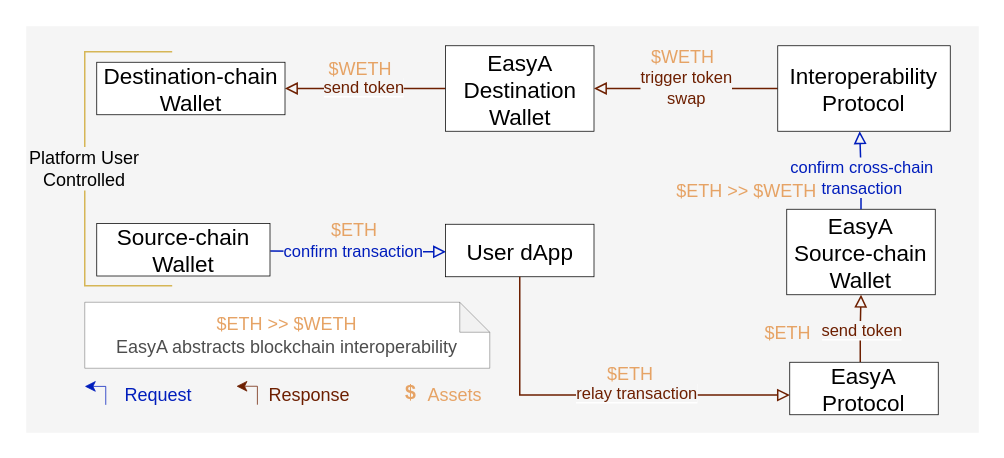
Earlier version of the draw.io diagram page "interop" (4 of 5) of assets/easy-a-mechanism.drawio.drawio (dlt-science/EasyA-Whitepaper). Source tidied: cells renumbered, new cells numbered last; positions are measured from the earlier drawing's top-left corner, leaving out a move shared by most shapes. Both pictures are drawn from the tidied source at 150%, with x=0, y=0 at pixel (26, 26).
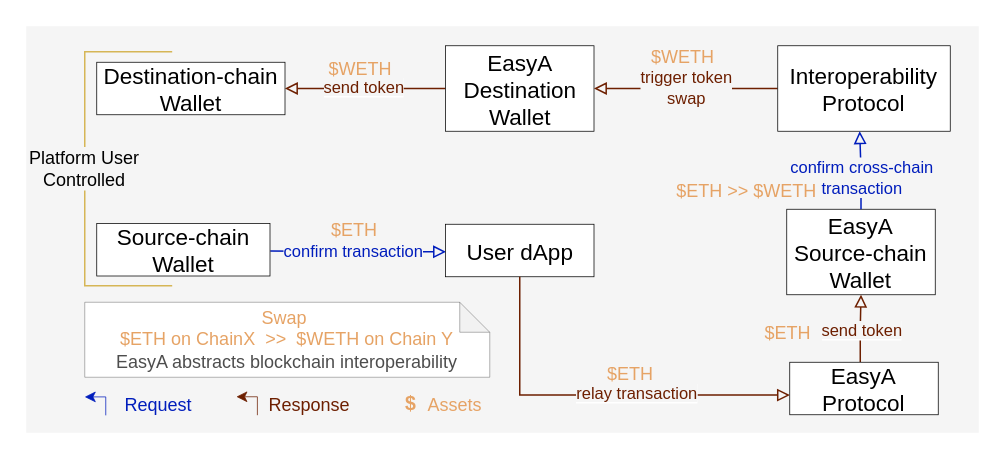
Above is the later version.

Change to the diagram source:
```diff
@@
-    <mxCell id="3" value="&lt;div&gt;&lt;span style=&quot;color: light-dark(rgb(230, 163, 101), rgb(138, 80, 27)); background-color: transparent;&quot;&gt;$ETH &amp;gt;&amp;gt; $WETH&lt;/span&gt;&lt;/div&gt;&lt;div&gt;&lt;font style=&quot;color: rgb(77, 77, 77);&quot;&gt;EasyA abstracts blockchain interoperability&lt;/font&gt;&lt;/div&gt;" style="shape=note;whiteSpace=wrap;html=1;backgroundOutline=1;darkOpacity=0.05;size=20;strokeWidth=0.2;strokeColor=default;" parent="1" vertex="1">
-      <mxGeometry x="39" y="184" width="270" height="44" as="geometry" />
+    <mxCell id="3" value="&lt;div&gt;&lt;span style=&quot;color: light-dark(rgb(230, 163, 101), rgb(138, 80, 27)); background-color: transparent;&quot;&gt;Swap&amp;nbsp;&lt;/span&gt;&lt;/div&gt;&lt;div&gt;&lt;span style=&quot;color: light-dark(rgb(230, 163, 101), rgb(138, 80, 27)); background-color: transparent;&quot;&gt;$ETH on ChainX&amp;nbsp; &amp;gt;&amp;gt;&amp;nbsp; $WETH on Chain Y&lt;/span&gt;&lt;/div&gt;&lt;div&gt;&lt;font style=&quot;color: rgb(77, 77, 77);&quot;&gt;EasyA abstracts blockchain interoperability&lt;/font&gt;&lt;/div&gt;" style="shape=note;whiteSpace=wrap;html=1;backgroundOutline=1;darkOpacity=0.05;size=20;strokeWidth=0.2;strokeColor=default;" parent="1" vertex="1">
+      <mxGeometry x="39" y="184" width="270" height="50" as="geometry" />
     </mxCell>
@@
     <mxCell id="8" value="&lt;font style=&quot;font-weight: normal; color: rgb(230, 163, 101); font-size: 12px;&quot;&gt;Assets&lt;/font&gt;" style="text;html=1;align=left;verticalAlign=middle;whiteSpace=wrap;rounded=0;strokeColor=none;fontSize=14;fontStyle=1;" parent="1" vertex="1">
-      <mxGeometry x="266.2" y="238.5" width="28.9" height="12" as="geometry" />
+      <mxGeometry x="266.2" y="245.5" width="28.9" height="12" as="geometry" />
     </mxCell>
     <mxCell id="9" value="&lt;font style=&quot;font-size: 13px; color: rgb(230, 163, 101);&quot;&gt;$&lt;/font&gt;" style="text;html=1;align=left;verticalAlign=middle;whiteSpace=wrap;rounded=0;strokeColor=none;fontSize=14;fontStyle=1;" parent="1" vertex="1">
-      <mxGeometry x="251" y="238" width="9" height="12" as="geometry" />
+      <mxGeometry x="251" y="245" width="9" height="12" as="geometry" />
     </mxCell>
     <mxCell id="10" style="edgeStyle=orthogonalEdgeStyle;rounded=0;orthogonalLoop=1;jettySize=auto;html=1;entryX=0.699;entryY=-0.003;entryDx=0;entryDy=0;entryPerimeter=0;strokeColor=#001DBC;strokeWidth=0.5;" parent="1" edge="1">
       <mxGeometry relative="1" as="geometry">
-        <mxPoint x="53" y="252.4" as="sourcePoint" />
-        <mxPoint x="39" y="240.1" as="targetPoint" />
+        <mxPoint x="53" y="259.4" as="sourcePoint" />
+        <mxPoint x="39" y="247.1" as="targetPoint" />
         <Array as="points">
-          <mxPoint x="53" y="240.4" />
+          <mxPoint x="53" y="247.4" />
         </Array>
       </mxGeometry>
     </mxCell>
     <mxCell id="11" value="&lt;span&gt;&lt;font style=&quot;font-size: 12px; color: rgb(0, 29, 188);&quot;&gt;Request&lt;/font&gt;&lt;/span&gt;" style="text;html=1;align=left;verticalAlign=middle;whiteSpace=wrap;rounded=0;strokeColor=none;fontSize=14;fontColor=#FFB570;" parent="1" vertex="1">
-      <mxGeometry x="64.1" y="238" width="35" height="14" as="geometry" />
+      <mxGeometry x="64.1" y="245" width="35" height="14" as="geometry" />
     </mxCell>
     <mxCell id="12" style="edgeStyle=orthogonalEdgeStyle;rounded=0;orthogonalLoop=1;jettySize=auto;html=1;entryX=0.699;entryY=-0.003;entryDx=0;entryDy=0;entryPerimeter=0;strokeColor=#6D1F00;strokeWidth=0.5;" parent="1" edge="1">
       <mxGeometry relative="1" as="geometry">
-        <mxPoint x="154.1" y="252.3" as="sourcePoint" />
-        <mxPoint x="140.1" y="240" as="targetPoint" />
+        <mxPoint x="154.1" y="259.3" as="sourcePoint" />
+        <mxPoint x="140.1" y="247" as="targetPoint" />
         <Array as="points">
-          <mxPoint x="154.1" y="240.3" />
+          <mxPoint x="154.1" y="247.3" />
         </Array>
       </mxGeometry>
     </mxCell>
     <mxCell id="13" value="&lt;font style=&quot;font-size: 12px; color: rgb(109, 31, 0);&quot;&gt;Response&lt;/font&gt;" style="text;html=1;align=left;verticalAlign=middle;whiteSpace=wrap;rounded=0;strokeColor=none;fontSize=14;fontColor=#FFB570;" parent="1" vertex="1">
-      <mxGeometry x="160.1" y="238" width="57" height="14" as="geometry" />
+      <mxGeometry x="160.1" y="245" width="57" height="14" as="geometry" />
     </mxCell>
```
